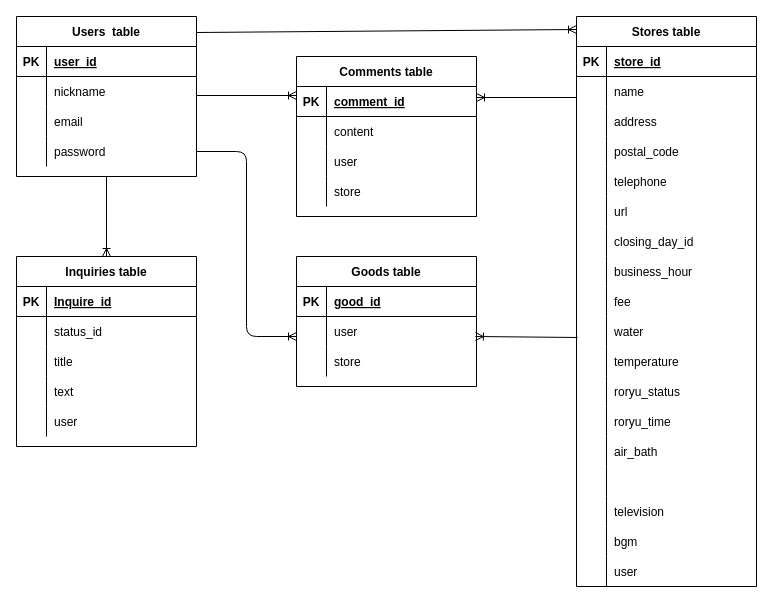
This is sento.dio from KawashimaRyuhei/TOTONOI, a draw.io file, before an edit. Source tidied: cells renumbered, new cells numbered last; positions are measured from the earlier drawing's top-left corner, leaving out a move shared by most shapes. Both pictures are drawn from the tidied source at 100%, with x=0, y=0 at pixel (16, 16).
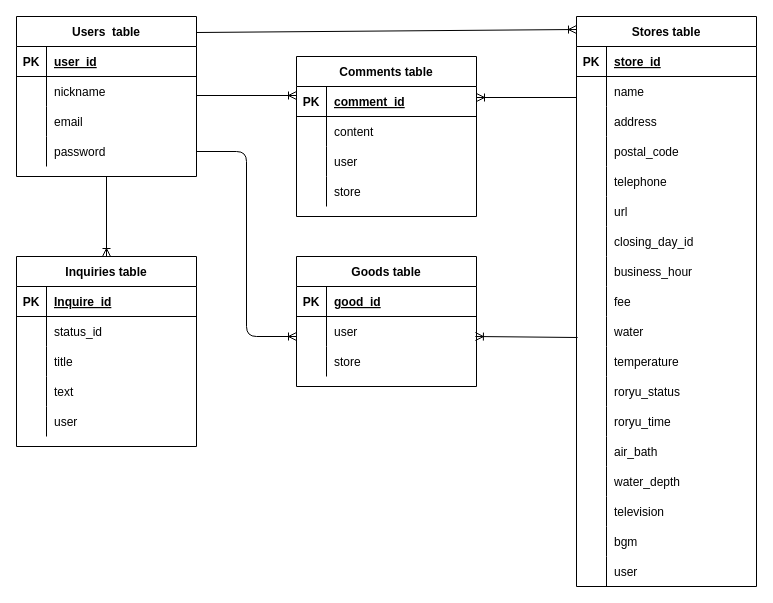
The same diagram, later.

Unchanged cells that the change refers to:
```xml
<mxCell id="58" style="shape=partialRectangle;fillColor=none;top=0;left=0;bottom=0;right=0;" parent="15" vertex="1">
  <mxGeometry y="450" width="180" height="30" as="geometry" />
</mxCell>
```

What changed in the source:
```diff
@@
-    <mxCell id="60" style="shape=partialRectangle;fillColor=none;top=0;left=0;bottom=0;right=0;align=left;spacingLeft=6;overflow=hidden;" parent="58" vertex="1">
+    <mxCell id="60" value="water_depth" style="shape=partialRectangle;fillColor=none;top=0;left=0;bottom=0;right=0;align=left;spacingLeft=6;overflow=hidden;" parent="58" vertex="1">
       <mxGeometry x="30" width="150" height="30" as="geometry" />
     </mxCell>
```
